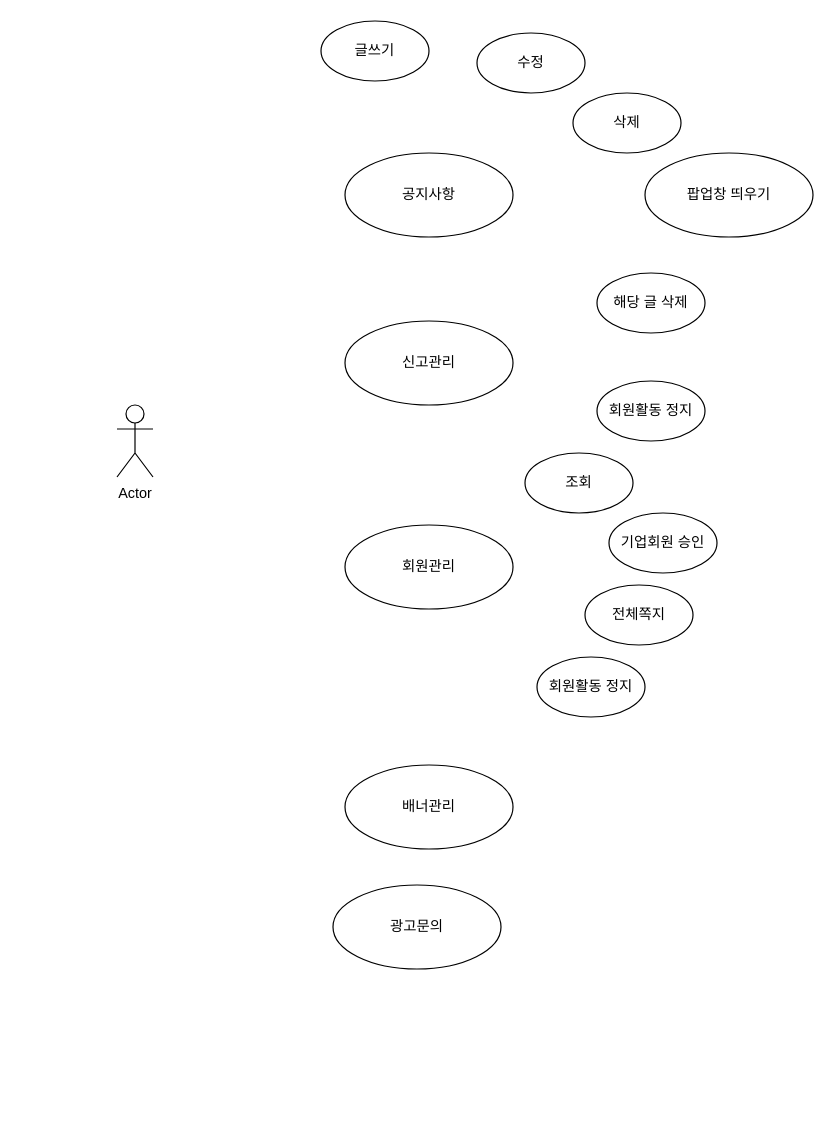
This is Untitled Diagram.drawio from hyojun9292/KH_TEST, a draw.io file, before an edit. Source tidied: cells renumbered, new cells numbered last; positions are measured from the earlier drawing's top-left corner, leaving out a move shared by most shapes. Both pictures are drawn from the tidied source at 120%, with x=0, y=0 at pixel (116, 20).
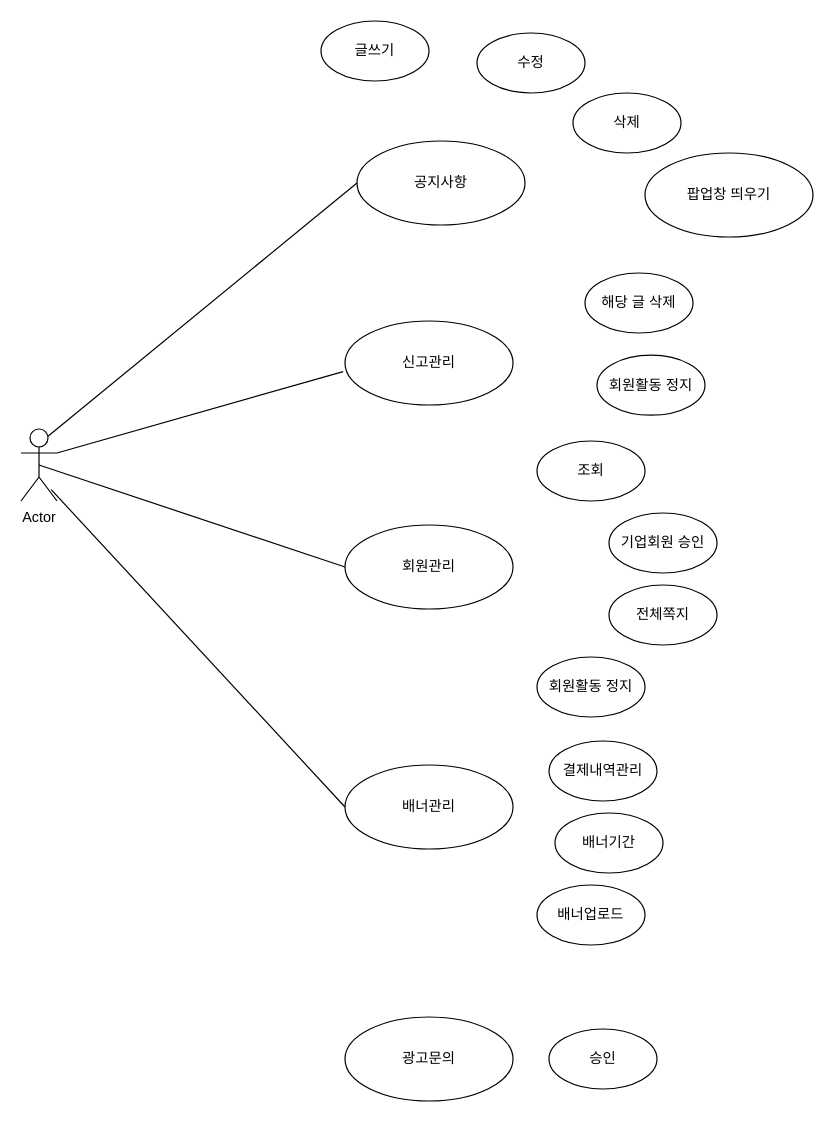
The same page after the edit.

Commit message:
second save twosome

Unchanged cells that the change refers to:
```xml
<mxCell id="5" value="신고관리" style="ellipse;whiteSpace=wrap;html=1;" parent="1" vertex="1">
  <mxGeometry x="190" y="250" width="140" height="70" as="geometry" />
</mxCell>
<mxCell id="6" value="회원관리" style="ellipse;whiteSpace=wrap;html=1;" parent="1" vertex="1">
  <mxGeometry x="190" y="420" width="140" height="70" as="geometry" />
</mxCell>
<mxCell id="7" value="배너관리" style="ellipse;whiteSpace=wrap;html=1;" parent="1" vertex="1">
  <mxGeometry x="190" y="620" width="140" height="70" as="geometry" />
</mxCell>
```

Diff of the diagram source:
```diff
@@
+    <mxCell id="18" style="rounded=0;jettySize=auto;html=1;exitX=0.75;exitY=0.1;exitDx=0;exitDy=0;exitPerimeter=0;entryX=0;entryY=0.5;entryDx=0;entryDy=0;endArrow=none;endFill=0;" parent="1" edge="1" source="2" target="3">
+      <mxGeometry relative="1" as="geometry" />
+    </mxCell>
+    <mxCell id="19" style="edgeStyle=none;rounded=0;jettySize=auto;html=1;entryX=-0.011;entryY=0.603;entryDx=0;entryDy=0;entryPerimeter=0;exitX=1;exitY=0.3333333333333333;exitDx=0;exitDy=0;exitPerimeter=0;endArrow=none;endFill=0;" parent="1" edge="1" source="2" target="5">
+      <mxGeometry relative="1" as="geometry" />
+    </mxCell>
+    <mxCell id="20" style="edgeStyle=none;rounded=0;jettySize=auto;html=1;entryX=0;entryY=0.5;entryDx=0;entryDy=0;endArrow=none;endFill=0;exitX=0.5;exitY=0.5;exitDx=0;exitDy=0;exitPerimeter=0;" parent="1" edge="1" source="2" target="6">
+      <mxGeometry relative="1" as="geometry" />
+    </mxCell>
+    <mxCell id="21" style="edgeStyle=none;rounded=0;jettySize=auto;html=1;entryX=0;entryY=0.5;entryDx=0;entryDy=0;endArrow=none;endFill=0;exitX=0.84;exitY=0.843;exitDx=0;exitDy=0;exitPerimeter=0;" parent="1" edge="1" source="2" target="7">
+      <mxGeometry relative="1" as="geometry" />
+    </mxCell>
     <mxCell id="2" value="Actor" style="shape=umlActor;verticalLabelPosition=bottom;verticalAlign=top;html=1;" parent="1" vertex="1">
-      <mxGeometry y="320" width="30" height="60" as="geometry" />
+      <mxGeometry x="-80" y="340" width="30" height="60" as="geometry" />
     </mxCell>
     <mxCell id="3" value="공지사항" style="ellipse;whiteSpace=wrap;html=1;" parent="1" vertex="1">
-      <mxGeometry x="190" y="110" width="140" height="70" as="geometry" />
+      <mxGeometry x="200" y="100" width="140" height="70" as="geometry" />
     </mxCell>
     <mxCell id="4" value="광고문의" style="ellipse;whiteSpace=wrap;html=1;" parent="1" vertex="1">
-      <mxGeometry x="180" y="720" width="140" height="70" as="geometry" />
+      <mxGeometry x="190" y="830" width="140" height="70" as="geometry" />
     </mxCell>
@@
     <mxCell id="12" value="해당 글 삭제" style="ellipse;whiteSpace=wrap;html=1;" parent="1" vertex="1">
-      <mxGeometry x="400" y="210" width="90" height="50" as="geometry" />
+      <mxGeometry x="390" y="210" width="90" height="50" as="geometry" />
     </mxCell>
     <mxCell id="13" value="회원활동 정지" style="ellipse;whiteSpace=wrap;html=1;" parent="1" vertex="1">
-      <mxGeometry x="400" y="300" width="90" height="50" as="geometry" />
+      <mxGeometry x="400" y="278.5" width="90" height="50" as="geometry" />
     </mxCell>
     <mxCell id="14" value="조회" style="ellipse;whiteSpace=wrap;html=1;" parent="1" vertex="1">
-      <mxGeometry x="340" y="360" width="90" height="50" as="geometry" />
+      <mxGeometry x="350" y="350" width="90" height="50" as="geometry" />
     </mxCell>
     <mxCell id="15" value="전체쪽지" style="ellipse;whiteSpace=wrap;html=1;" parent="1" vertex="1">
-      <mxGeometry x="390" y="470" width="90" height="50" as="geometry" />
+      <mxGeometry x="410" y="470" width="90" height="50" as="geometry" />
     </mxCell>
@@
+    <mxCell id="22" value="결제내역관리" style="ellipse;whiteSpace=wrap;html=1;" parent="1" vertex="1">
+      <mxGeometry x="360" y="600" width="90" height="50" as="geometry" />
+    </mxCell>
+    <mxCell id="23" value="배너기간" style="ellipse;whiteSpace=wrap;html=1;" parent="1" vertex="1">
+      <mxGeometry x="365" y="660" width="90" height="50" as="geometry" />
+    </mxCell>
+    <mxCell id="24" value="배너업로드" style="ellipse;whiteSpace=wrap;html=1;" parent="1" vertex="1">
+      <mxGeometry x="350" y="720" width="90" height="50" as="geometry" />
+    </mxCell>
+    <mxCell id="25" value="승인" style="ellipse;whiteSpace=wrap;html=1;" parent="1" vertex="1">
+      <mxGeometry x="360" y="840" width="90" height="50" as="geometry" />
+    </mxCell>
```
